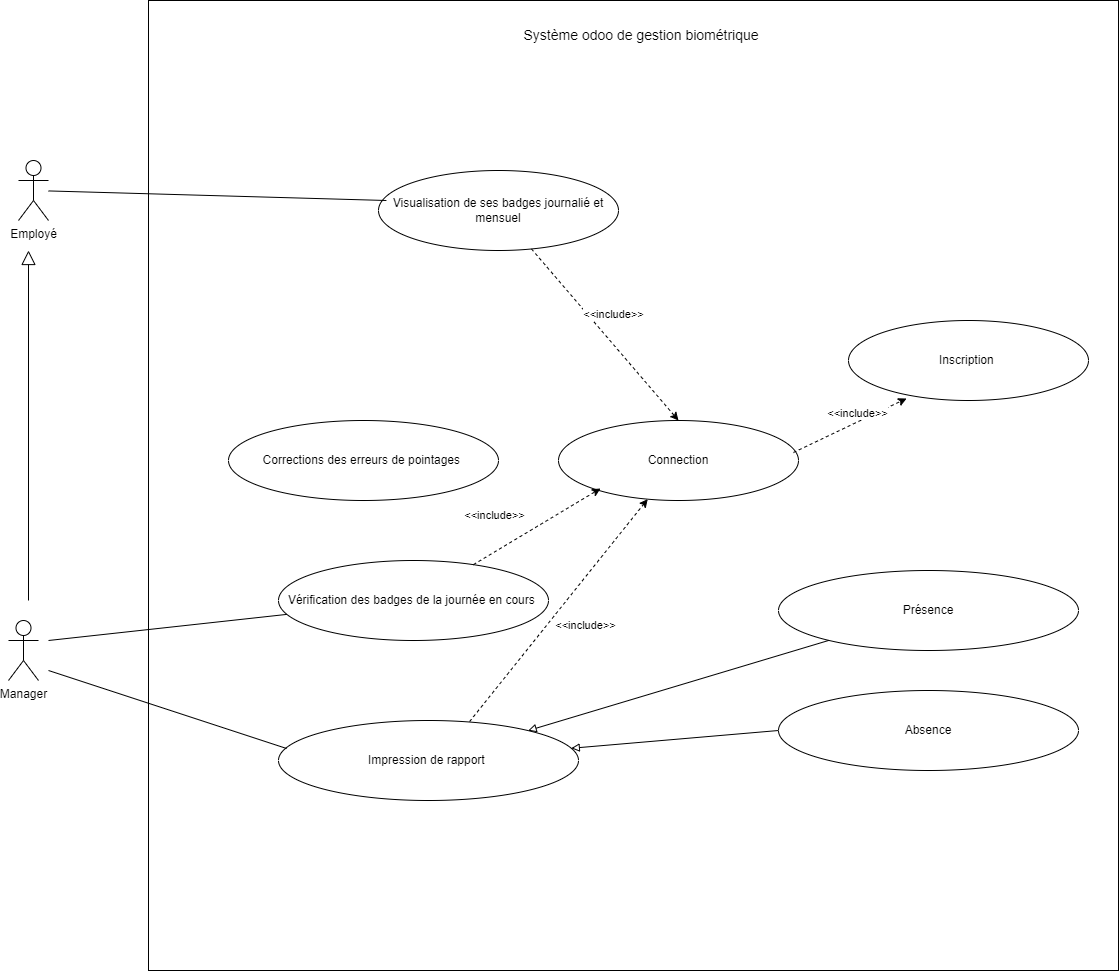
Above: static/Diagramme de cas d'utilisation.drawio.png in Siluearsene/borne_biometrique (draw.io), before the change. Source tidied: cells renumbered, new cells last; positions are measured from the earlier drawing's top-left corner, leaving out a move shared by most shapes.
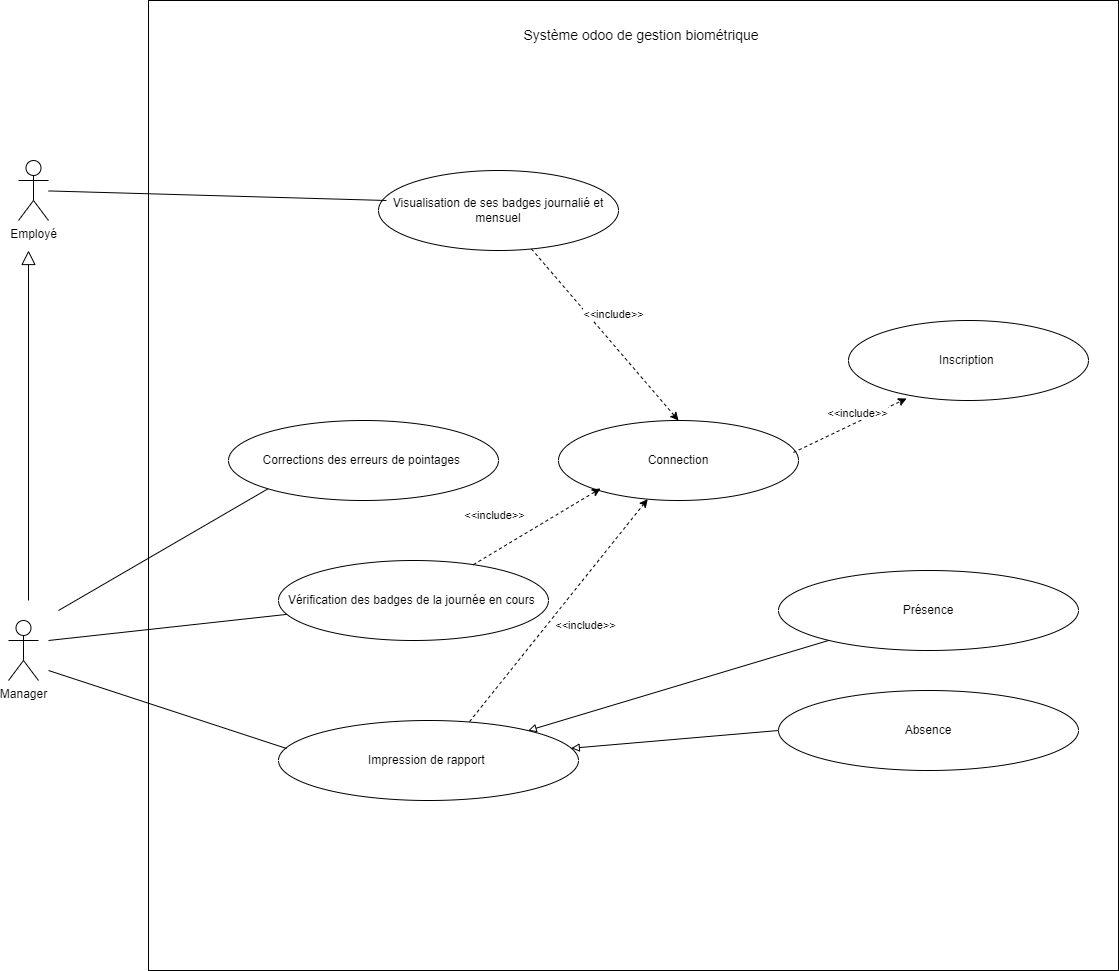
After the change.

Commit message:
Mettre à jour Diagramme de cas d'utilisation.drawio.png

Change to the diagram source:
```diff
@@ -95,5 +95,10 @@
     <mxCell id="27" value="Corrections des erreurs de pointages&amp;nbsp;" style="ellipse;whiteSpace=wrap;html=1;" parent="1" vertex="1">
       <mxGeometry x="220" y="420" width="270" height="80" as="geometry" />
     </mxCell>
+    <mxCell id="28" style="endArrow=none;html=1;rounded=0;entryX=0;entryY=1;entryDx=0;entryDy=0;" parent="1" edge="1" target="27">
+      <mxGeometry relative="1" as="geometry">
+        <mxPoint x="50" y="610" as="sourcePoint" />
+      </mxGeometry>
+    </mxCell>
   </root>
 </mxGraphModel>
```
